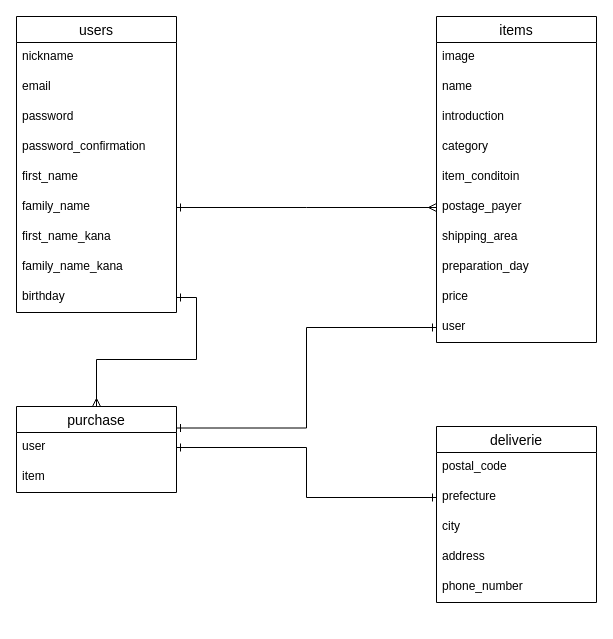
Before: furima.dio in shoyahikichi/furima-35379, a draw.io diagram. Source tidied: cells renumbered, new cells numbered last; positions are measured from the earlier drawing's top-left corner, leaving out a move shared by most shapes. Both pictures are drawn from the tidied source at 100%, with x=0, y=0 at pixel (16, 16).
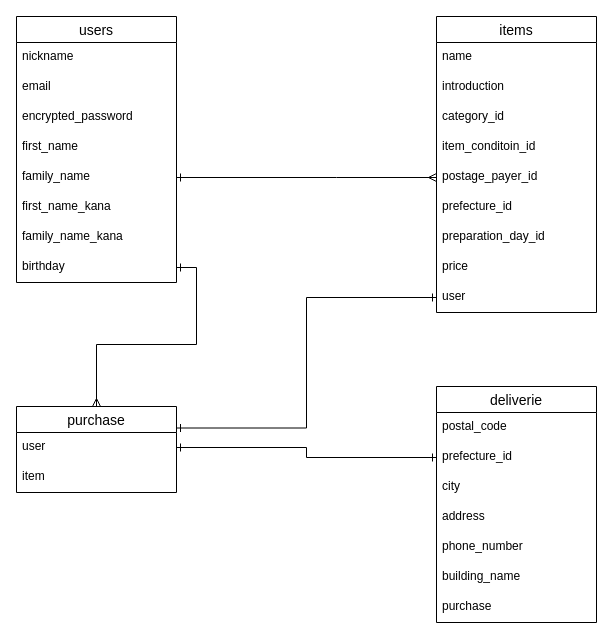
After the change.

What changed in the source:
```diff
@@
     <mxCell id="2" value="users" style="swimlane;fontStyle=0;horizontal=1;startSize=26;align=center;fontSize=14;" parent="1" vertex="1">
-      <mxGeometry width="160" height="296" as="geometry" />
+      <mxGeometry width="160" height="266" as="geometry" />
     </mxCell>
@@
-    <mxCell id="5" value="password" style="text;strokeColor=none;fillColor=none;spacingLeft=4;spacingRight=4;overflow=hidden;fontSize=12;" parent="2" vertex="1">
+    <mxCell id="5" value="encrypted_password" style="text;strokeColor=none;fillColor=none;spacingLeft=4;spacingRight=4;overflow=hidden;fontSize=12;" parent="2" vertex="1">
       <mxGeometry y="86" width="160" height="30" as="geometry" />
     </mxCell>
-    <mxCell id="6" value="password_confirmation" style="text;strokeColor=none;fillColor=none;spacingLeft=4;spacingRight=4;overflow=hidden;fontSize=12;" parent="2" vertex="1">
-      <mxGeometry y="116" width="160" height="30" as="geometry" />
-    </mxCell>
     <mxCell id="7" value="first_name" style="text;strokeColor=none;fillColor=none;spacingLeft=4;spacingRight=4;overflow=hidden;fontSize=12;" parent="2" vertex="1">
-      <mxGeometry y="146" width="160" height="30" as="geometry" />
+      <mxGeometry y="116" width="160" height="30" as="geometry" />
     </mxCell>
     <mxCell id="8" value="family_name" style="text;strokeColor=none;fillColor=none;spacingLeft=4;spacingRight=4;overflow=hidden;points=[[0,0.5],[1,0.5]];portConstraint=eastwest;fontSize=12;" parent="2" vertex="1">
-      <mxGeometry y="176" width="160" height="30" as="geometry" />
+      <mxGeometry y="146" width="160" height="30" as="geometry" />
     </mxCell>
     <mxCell id="9" value="first_name_kana" style="text;strokeColor=none;fillColor=none;spacingLeft=4;spacingRight=4;overflow=hidden;fontSize=12;" parent="2" vertex="1">
-      <mxGeometry y="206" width="160" height="30" as="geometry" />
+      <mxGeometry y="176" width="160" height="30" as="geometry" />
     </mxCell>
     <mxCell id="10" value="family_name_kana" style="text;strokeColor=none;fillColor=none;spacingLeft=4;spacingRight=4;overflow=hidden;fontSize=12;" parent="2" vertex="1">
-      <mxGeometry y="236" width="160" height="30" as="geometry" />
+      <mxGeometry y="206" width="160" height="30" as="geometry" />
     </mxCell>
     <mxCell id="11" value="birthday" style="text;strokeColor=none;fillColor=none;spacingLeft=4;spacingRight=4;overflow=hidden;points=[[0,0.5],[1,0.5]];portConstraint=eastwest;fontSize=12;" parent="2" vertex="1">
-      <mxGeometry y="266" width="160" height="30" as="geometry" />
+      <mxGeometry y="236" width="160" height="30" as="geometry" />
     </mxCell>
     <mxCell id="12" value="items" style="swimlane;fontStyle=0;horizontal=1;startSize=26;align=center;fontSize=14;" parent="1" vertex="1">
-      <mxGeometry x="420" width="160" height="326" as="geometry" />
+      <mxGeometry x="420" width="160" height="296" as="geometry" />
     </mxCell>
-    <mxCell id="13" value="image" style="text;strokeColor=none;fillColor=none;spacingLeft=4;spacingRight=4;overflow=hidden;fontSize=12;" parent="12" vertex="1">
-      <mxGeometry y="26" width="160" height="30" as="geometry" />
-    </mxCell>
     <mxCell id="14" value="name" style="text;strokeColor=none;fillColor=none;spacingLeft=4;spacingRight=4;overflow=hidden;fontSize=12;" parent="12" vertex="1">
-      <mxGeometry y="56" width="160" height="30" as="geometry" />
+      <mxGeometry y="26" width="160" height="30" as="geometry" />
     </mxCell>
     <mxCell id="15" value="introduction" style="text;strokeColor=none;fillColor=none;spacingLeft=4;spacingRight=4;overflow=hidden;fontSize=12;" parent="12" vertex="1">
-      <mxGeometry y="86" width="160" height="30" as="geometry" />
+      <mxGeometry y="56" width="160" height="30" as="geometry" />
     </mxCell>
-    <mxCell id="16" value="category" style="text;strokeColor=none;fillColor=none;spacingLeft=4;spacingRight=4;overflow=hidden;fontSize=12;" parent="12" vertex="1">
-      <mxGeometry y="116" width="160" height="30" as="geometry" />
+    <mxCell id="16" value="category_id" style="text;strokeColor=none;fillColor=none;spacingLeft=4;spacingRight=4;overflow=hidden;fontSize=12;" parent="12" vertex="1">
+      <mxGeometry y="86" width="160" height="30" as="geometry" />
     </mxCell>
-    <mxCell id="17" value="item_conditoin" style="text;strokeColor=none;fillColor=none;spacingLeft=4;spacingRight=4;overflow=hidden;fontSize=12;" parent="12" vertex="1">
-      <mxGeometry y="146" width="160" height="30" as="geometry" />
+    <mxCell id="17" value="item_conditoin_id" style="text;strokeColor=none;fillColor=none;spacingLeft=4;spacingRight=4;overflow=hidden;fontSize=12;" parent="12" vertex="1">
+      <mxGeometry y="116" width="160" height="30" as="geometry" />
     </mxCell>
+    <mxCell id="36" value="postage_payer_id" style="text;strokeColor=none;fillColor=none;spacingLeft=4;spacingRight=4;overflow=hidden;points=[[0,0.5],[1,0.5]];portConstraint=eastwest;fontSize=12;" parent="12" vertex="1">
+      <mxGeometry y="146" width="160" height="30" as="geometry" />
+    </mxCell>
-    <mxCell id="18" value="postage_payer" style="text;strokeColor=none;fillColor=none;spacingLeft=4;spacingRight=4;overflow=hidden;points=[[0,0.5],[1,0.5]];portConstraint=eastwest;fontSize=12;" parent="12" vertex="1">
+    <mxCell id="18" value="prefecture_id" style="text;strokeColor=none;fillColor=none;spacingLeft=4;spacingRight=4;overflow=hidden;points=[[0,0.5],[1,0.5]];portConstraint=eastwest;fontSize=12;" parent="12" vertex="1">
       <mxGeometry y="176" width="160" height="30" as="geometry" />
     </mxCell>
-    <mxCell id="19" value="shipping_area" style="text;strokeColor=none;fillColor=none;spacingLeft=4;spacingRight=4;overflow=hidden;fontSize=12;" parent="12" vertex="1">
-      <mxGeometry y="206" width="160" height="30" as="geometry" />
-    </mxCell>
-    <mxCell id="20" value="preparation_day" style="text;strokeColor=none;fillColor=none;spacingLeft=4;spacingRight=4;overflow=hidden;fontSize=12;" parent="12" vertex="1">
-      <mxGeometry y="236" width="160" height="30" as="geometry" />
+    <mxCell id="20" value="preparation_day_id" style="text;strokeColor=none;fillColor=none;spacingLeft=4;spacingRight=4;overflow=hidden;fontSize=12;" parent="12" vertex="1">
+      <mxGeometry y="206" width="160" height="30" as="geometry" />
     </mxCell>
     <mxCell id="21" value="price" style="text;strokeColor=none;fillColor=none;spacingLeft=4;spacingRight=4;overflow=hidden;fontSize=12;" parent="12" vertex="1">
-      <mxGeometry y="266" width="160" height="30" as="geometry" />
+      <mxGeometry y="236" width="160" height="30" as="geometry" />
     </mxCell>
     <mxCell id="22" value="user" style="text;strokeColor=none;fillColor=none;spacingLeft=4;spacingRight=4;overflow=hidden;points=[[0,0.5],[1,0.5]];portConstraint=eastwest;fontSize=12;" parent="12" vertex="1">
-      <mxGeometry y="296" width="160" height="30" as="geometry" />
+      <mxGeometry y="266" width="160" height="30" as="geometry" />
     </mxCell>
@@
     <mxCell id="26" value="deliverie" style="swimlane;fontStyle=0;horizontal=1;startSize=26;align=center;fontSize=14;" parent="1" vertex="1">
-      <mxGeometry x="420" y="410" width="160" height="176" as="geometry" />
+      <mxGeometry x="420" y="370" width="160" height="236" as="geometry" />
     </mxCell>
@@
-    <mxCell id="28" value="prefecture" style="text;strokeColor=none;fillColor=none;spacingLeft=4;spacingRight=4;overflow=hidden;points=[[0,0.5],[1,0.5]];portConstraint=eastwest;fontSize=12;" parent="26" vertex="1">
+    <mxCell id="28" value="prefecture_id" style="text;strokeColor=none;fillColor=none;spacingLeft=4;spacingRight=4;overflow=hidden;points=[[0,0.5],[1,0.5]];portConstraint=eastwest;fontSize=12;" parent="26" vertex="1">
       <mxGeometry y="56" width="160" height="30" as="geometry" />
     </mxCell>
@@
+    <mxCell id="37" value="phone_number" style="text;strokeColor=none;fillColor=none;spacingLeft=4;spacingRight=4;overflow=hidden;fontSize=12;" parent="26" vertex="1">
+      <mxGeometry y="146" width="160" height="30" as="geometry" />
+    </mxCell>
+    <mxCell id="38" value="building_name" style="text;strokeColor=none;fillColor=none;spacingLeft=4;spacingRight=4;overflow=hidden;fontSize=12;" parent="26" vertex="1">
+      <mxGeometry y="176" width="160" height="30" as="geometry" />
+    </mxCell>
-    <mxCell id="31" value="phone_number" style="text;strokeColor=none;fillColor=none;spacingLeft=4;spacingRight=4;overflow=hidden;fontSize=12;" parent="26" vertex="1">
-      <mxGeometry y="146" width="160" height="30" as="geometry" />
+    <mxCell id="31" value="purchase" style="text;strokeColor=none;fillColor=none;spacingLeft=4;spacingRight=4;overflow=hidden;fontSize=12;" parent="26" vertex="1">
+      <mxGeometry y="206" width="160" height="30" as="geometry" />
     </mxCell>
-    <mxCell id="32" style="edgeStyle=orthogonalEdgeStyle;rounded=0;jettySize=auto;html=1;exitX=1;exitY=0.5;exitDx=0;exitDy=0;startArrow=ERone;startFill=0;endArrow=ERmany;endFill=0;" parent="1" edge="1" source="8" target="18">
+    <mxCell id="32" style="edgeStyle=orthogonalEdgeStyle;rounded=0;jettySize=auto;html=1;exitX=1;exitY=0.5;exitDx=0;exitDy=0;startArrow=ERone;startFill=0;endArrow=ERmany;endFill=0;entryX=0;entryY=0.5;entryDx=0;entryDy=0;" parent="1" edge="1" source="8" target="36">
       <mxGeometry relative="1" as="geometry">
         <Array as="points">
-          <mxPoint x="290" y="191" />
-          <mxPoint x="290" y="191" />
+          <mxPoint x="320" y="161" />
+          <mxPoint x="320" y="161" />
         </Array>
       </mxGeometry>
     </mxCell>
```
